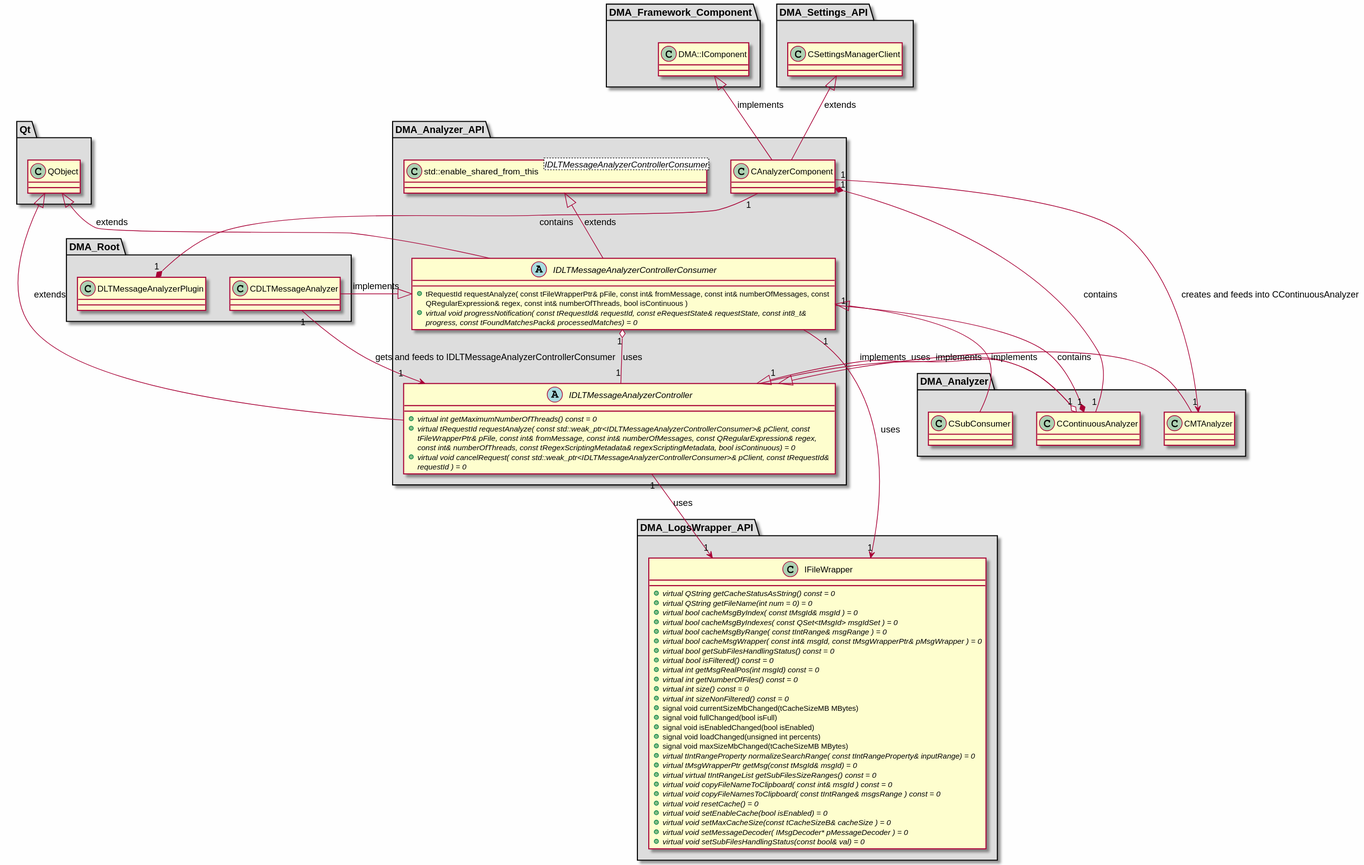
Above: md/dev_docs/puml/DMA_Analyzer_API.svg in svlad-90/DLT-Message-Analyzer (PlantUML), before the change.
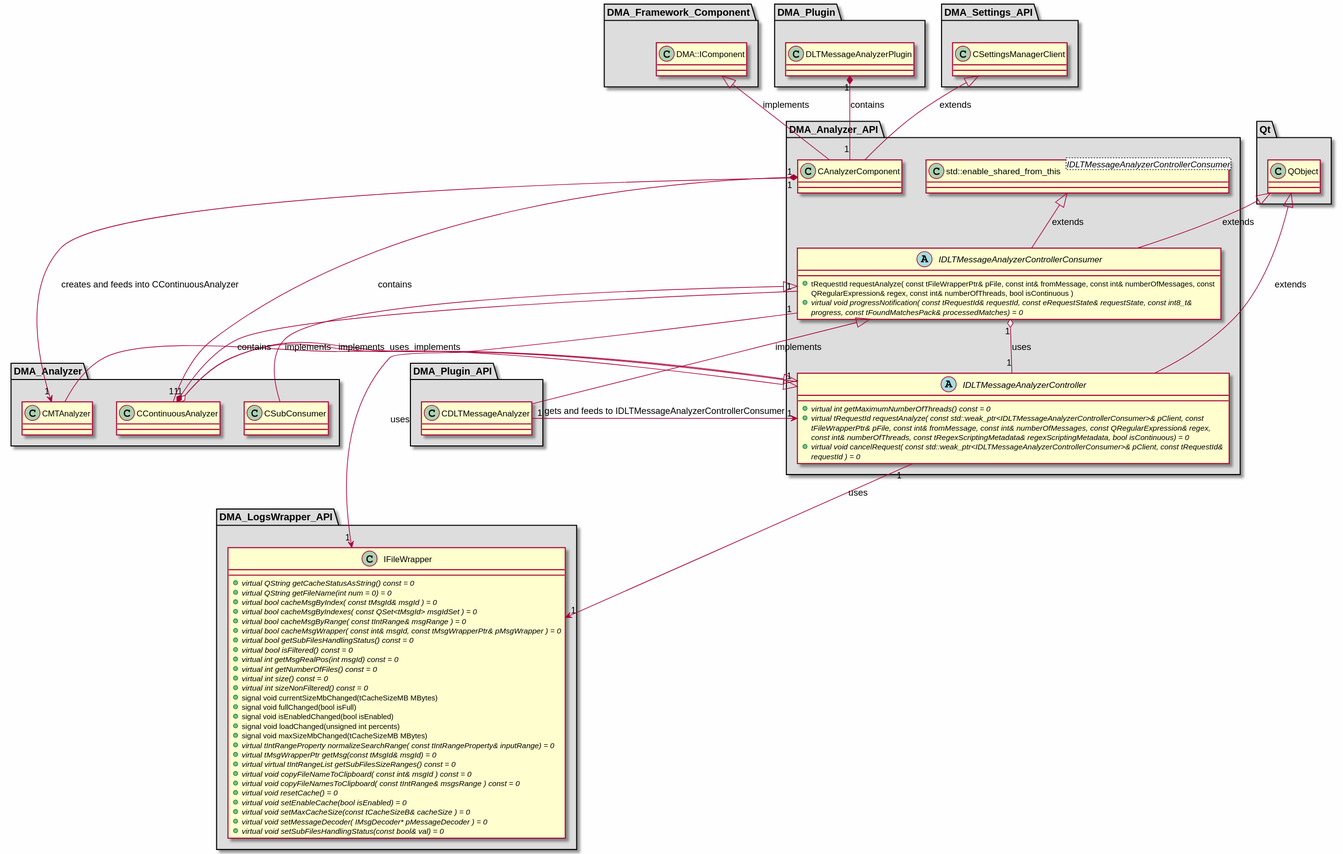
Later version of the same file.

The edit, as a diff of the source:
```diff
@@ -90,14 +90,19 @@
 
 }
 
-package "DMA_Root" #DDDDDD
+package "DMA_Plugin" #DDDDDD
+{
+
+class "DLTMessageAnalyzerPlugin"
+{
+}
+
+}
+
+package "DMA_Plugin_API" #DDDDDD
 {
 
 class "CDLTMessageAnalyzer"
-{
-}
-
-class "DLTMessageAnalyzerPlugin"
 {
 }
 
@@ -138,7 +143,7 @@
 IDLTMessageAnalyzerController "1" --> "1" IFileWrapper : uses
 IDLTMessageAnalyzerControllerConsumer "1" o-- "1" IDLTMessageAnalyzerController : uses
 IDLTMessageAnalyzerControllerConsumer "1" --> "1" IFileWrapper : uses
+DLTMessageAnalyzerPlugin "1" *-- "1" CAnalyzerComponent : contains
 CDLTMessageAnalyzer "1" --> "1" IDLTMessageAnalyzerController : gets and feeds to IDLTMessageAnalyzerControllerConsumer
-DLTMessageAnalyzerPlugin "1" *-- "1" CAnalyzerComponent : contains
 
 @enduml
```
